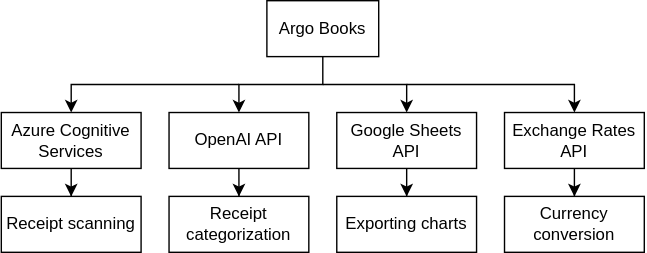
This is docs/diagrams/integrations/integrations-overview.svg from ArgoRobots/Argo-Books-Avalonia, a draw.io export, as it was before one commit. Source tidied: cells renumbered, new cells last; positions are measured from the earlier drawing's top-left corner, leaving out a move shared by most shapes.
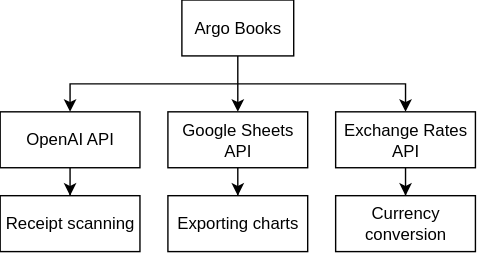
Above is the later version.

Commit message:
Update docs to reflect GPT-4o receipt scanning replacing Azure Document Intelligence

Diff of the diagram source:
```diff
@@ -2,23 +2,12 @@
   <root>
     <mxCell id="0" />
     <mxCell id="1" parent="0" />
-    <mxCell id="2" style="edgeStyle=orthogonalEdgeStyle;rounded=0;jettySize=auto;html=1;entryX=0.5;entryY=0;entryDx=0;entryDy=0;" parent="1" edge="1" source="3" target="7">
-      <mxGeometry relative="1" as="geometry">
-        <Array as="points">
-          <mxPoint x="230" y="60" />
-          <mxPoint x="170" y="60" />
-        </Array>
-      </mxGeometry>
-    </mxCell>
+    <mxCell id="19" style="edgeStyle=orthogonalEdgeStyle;rounded=0;jettySize=auto;html=1;entryX=0.5;entryY=0;entryDx=0;entryDy=0;" parent="1" edge="1" source="3" target="9">
+      <mxGeometry relative="1" as="geometry" />
+    </mxCell>
     <mxCell id="3" value="Argo Books" style="rounded=0;whiteSpace=wrap;html=1;" parent="1" vertex="1">
-      <mxGeometry x="190" width="80" height="40" as="geometry" />
+      <mxGeometry x="250" width="80" height="40" as="geometry" />
     </mxCell>
-    <mxCell id="4" style="edgeStyle=orthogonalEdgeStyle;rounded=0;jettySize=auto;html=1;entryX=0.5;entryY=0;entryDx=0;entryDy=0;" parent="1" edge="1" source="5" target="15">
-      <mxGeometry relative="1" as="geometry" />
-    </mxCell>
-    <mxCell id="5" value="Azure Cognitive Services" style="rounded=0;whiteSpace=wrap;html=1;" parent="1" vertex="1">
-      <mxGeometry y="80" width="100" height="40" as="geometry" />
-    </mxCell>
     <mxCell id="6" style="edgeStyle=orthogonalEdgeStyle;rounded=0;jettySize=auto;html=1;entryX=0.5;entryY=0;entryDx=0;entryDy=0;" parent="1" edge="1" source="7" target="16">
       <mxGeometry relative="1" as="geometry" />
     </mxCell>
@@ -37,22 +26,6 @@
     <mxCell id="11" value="Exchange Rates API" style="rounded=0;whiteSpace=wrap;html=1;" parent="1" vertex="1">
       <mxGeometry x="360" y="80" width="100" height="40" as="geometry" />
     </mxCell>
-    <mxCell id="12" style="endArrow=classic;html=1;rounded=0;entryX=0.5;entryY=0;entryDx=0;entryDy=0;" parent="1" edge="1" target="9">
-      <mxGeometry relative="1" as="geometry">
-        <mxPoint x="230" y="60" as="sourcePoint" />
-        <Array as="points">
-          <mxPoint x="290" y="60" />
-        </Array>
-      </mxGeometry>
-    </mxCell>
-    <mxCell id="13" style="endArrow=classic;html=1;rounded=0;entryX=0.5;entryY=0;entryDx=0;entryDy=0;" parent="1" edge="1" target="5">
-      <mxGeometry relative="1" as="geometry">
-        <mxPoint x="170" y="60" as="sourcePoint" />
-        <Array as="points">
-          <mxPoint x="50" y="60" />
-        </Array>
-      </mxGeometry>
-    </mxCell>
     <mxCell id="14" style="endArrow=classic;html=1;rounded=0;entryX=0.5;entryY=0;entryDx=0;entryDy=0;" parent="1" edge="1" target="11">
       <mxGeometry relative="1" as="geometry">
         <mxPoint x="290" y="60" as="sourcePoint" />
@@ -61,10 +34,7 @@
         </Array>
       </mxGeometry>
     </mxCell>
-    <mxCell id="15" value="Receipt scanning" style="rounded=0;whiteSpace=wrap;html=1;" parent="1" vertex="1">
-      <mxGeometry y="140" width="100" height="40" as="geometry" />
-    </mxCell>
-    <mxCell id="16" value="Receipt categorization" style="rounded=0;whiteSpace=wrap;html=1;" parent="1" vertex="1">
+    <mxCell id="16" value="Receipt scanning" style="rounded=0;whiteSpace=wrap;html=1;" parent="1" vertex="1">
       <mxGeometry x="120" y="140" width="100" height="40" as="geometry" />
     </mxCell>
     <mxCell id="17" value="Exporting charts" style="rounded=0;whiteSpace=wrap;html=1;" parent="1" vertex="1">
@@ -73,5 +43,13 @@
     <mxCell id="18" value="Currency conversion" style="rounded=0;whiteSpace=wrap;html=1;" parent="1" vertex="1">
       <mxGeometry x="360" y="140" width="100" height="40" as="geometry" />
     </mxCell>
+    <mxCell id="20" style="endArrow=classic;html=1;rounded=0;entryX=0.5;entryY=0;entryDx=0;entryDy=0;" parent="1" edge="1" target="7">
+      <mxGeometry relative="1" as="geometry">
+        <mxPoint x="290" y="60" as="sourcePoint" />
+        <Array as="points">
+          <mxPoint x="170" y="60" />
+        </Array>
+      </mxGeometry>
+    </mxCell>
   </root>
 </mxGraphModel>
```
